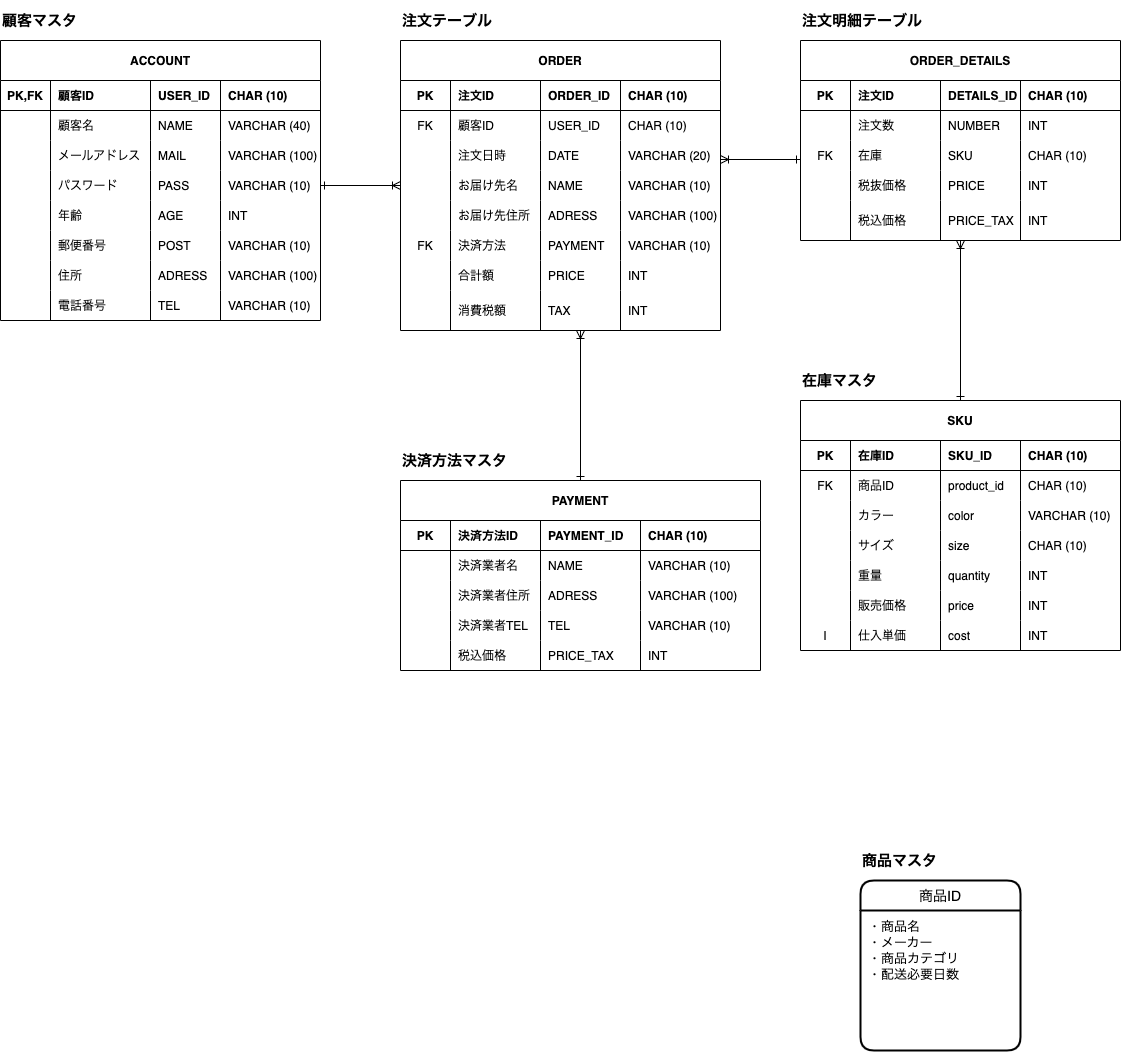
Earlier version of the draw.io export portfolio.drawio.png (june1983/java). Source tidied: cells renumbered, new cells last; positions are measured from the earlier drawing's top-left corner, leaving out a move shared by most shapes.
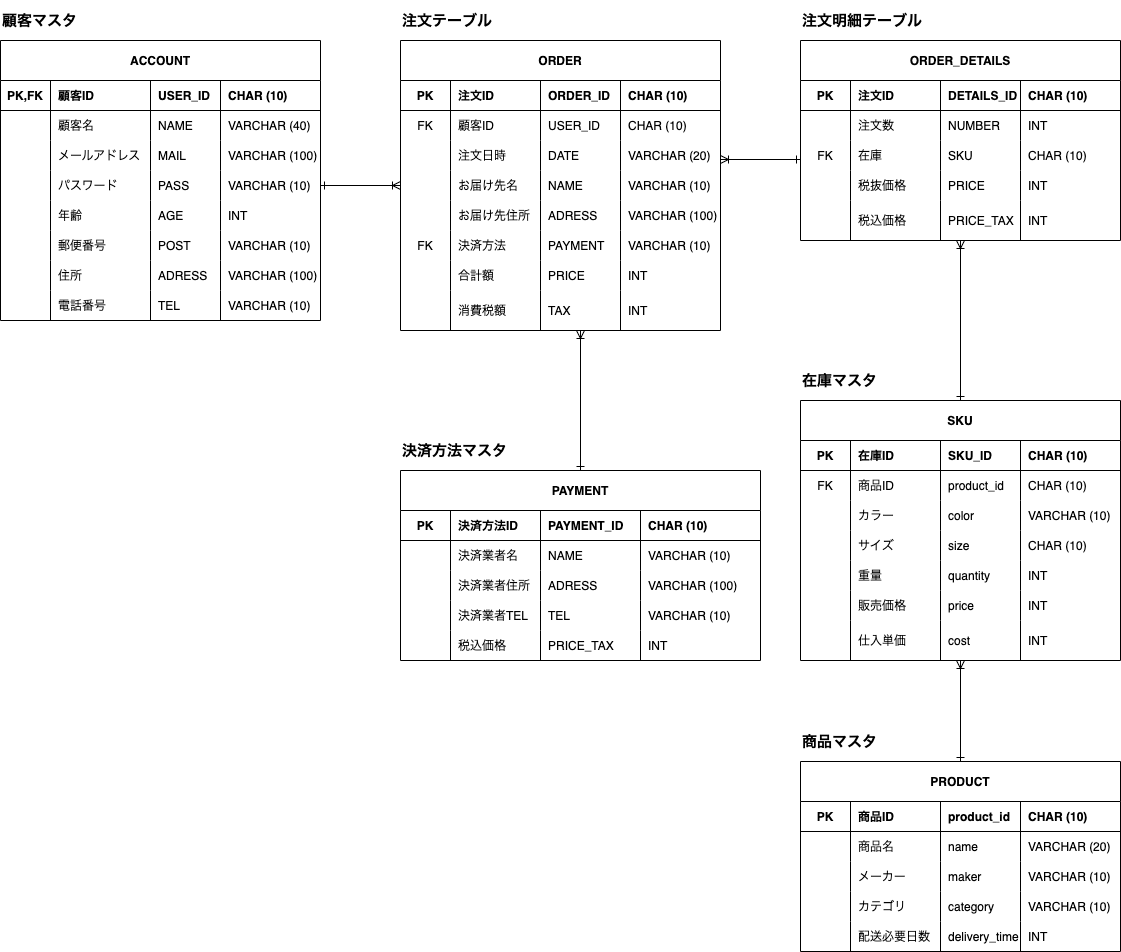
The same file after the commit.

Commit message:
portfolio.drawio.png を更新します

The edit, as a diff of the source:
```diff
@@ -5,15 +5,6 @@
     <mxCell id="2" value="&lt;font style=&quot;font-size: 15px;&quot;&gt;顧客マスタ&lt;/font&gt;" style="text;strokeColor=none;fillColor=none;html=1;fontSize=15;fontStyle=1;verticalAlign=middle;align=left;" parent="1" vertex="1">
       <mxGeometry width="80" height="40" as="geometry" />
     </mxCell>
-    <mxCell id="3" value="&lt;span style=&quot;font-size: 15px;&quot;&gt;商品マスタ&lt;/span&gt;" style="text;strokeColor=none;fillColor=none;html=1;fontSize=15;fontStyle=1;verticalAlign=middle;align=left;" parent="1" vertex="1">
-      <mxGeometry x="860" y="840" width="160" height="40" as="geometry" />
-    </mxCell>
-    <mxCell id="4" value="商品ID" style="swimlane;horizontal=1;startSize=30;rounded=1;fontSize=14;fontStyle=0;strokeWidth=2;shadow=0;dashed=0;align=center;" parent="1" vertex="1">
-      <mxGeometry x="860" y="880" width="160" height="170" as="geometry" />
-    </mxCell>
-    <mxCell id="5" value="・商品名&#10;・メーカー&#10;・商品カテゴリ&#10;・配送必要日数&#10;" style="align=left;strokeColor=none;fillColor=none;spacingLeft=4;fontSize=13;verticalAlign=top;spacing=4;" parent="4" vertex="1">
-      <mxGeometry y="30" width="160" height="140" as="geometry" />
-    </mxCell>
     <mxCell id="6" value="ACCOUNT" style="shape=table;startSize=40;rowLines=0;fontStyle=1;align=center;fontSize=12;" parent="1" vertex="1">
       <mxGeometry y="40" width="320" height="280" as="geometry" />
     </mxCell>
@@ -351,7 +342,7 @@
       </mxGeometry>
     </mxCell>
     <mxCell id="117" value="決済方法マスタ" style="text;strokeColor=none;fillColor=none;html=1;fontSize=15;fontStyle=1;verticalAlign=middle;align=left;" parent="1" vertex="1">
-      <mxGeometry x="400" y="440" width="120" height="40" as="geometry" />
+      <mxGeometry x="400" y="430" width="120" height="40" as="geometry" />
     </mxCell>
     <mxCell id="118" style="edgeStyle=orthogonalEdgeStyle;rounded=1;jettySize=auto;html=1;exitX=0.5;exitY=0;exitDx=0;exitDy=0;fontSize=12;startArrow=ERone;startFill=0;endArrow=ERoneToMany;endFill=0;strokeColor=default;" parent="1" edge="1" source="119">
       <mxGeometry relative="1" as="geometry">
@@ -359,7 +350,7 @@
       </mxGeometry>
     </mxCell>
     <mxCell id="119" value="PAYMENT" style="shape=table;startSize=40;rowLines=0;fontStyle=1;align=center;fontSize=12;" parent="1" vertex="1">
-      <mxGeometry x="400" y="480" width="360" height="190" as="geometry" />
+      <mxGeometry x="400" y="470" width="360" height="190" as="geometry" />
     </mxCell>
     <mxCell id="120" style="shape=partialRectangle;fillColor=none;top=0;left=0;bottom=1;right=0;fontSize=13;" parent="119" vertex="1">
       <mxGeometry y="40" width="360" height="30" as="geometry" />
@@ -448,7 +439,7 @@
       </mxGeometry>
     </mxCell>
     <mxCell id="148" value="SKU" style="shape=table;startSize=40;rowLines=0;fontStyle=1;align=center;fontSize=12;" parent="1" vertex="1">
-      <mxGeometry x="800" y="400" width="320" height="250" as="geometry" />
+      <mxGeometry x="800" y="400" width="320" height="260" as="geometry" />
     </mxCell>
     <mxCell id="149" style="shape=partialRectangle;fillColor=none;top=0;left=0;bottom=1;right=0;fontSize=13;" parent="148" vertex="1">
       <mxGeometry y="40" width="320" height="30" as="geometry" />
@@ -541,19 +532,105 @@
       <mxGeometry x="220" width="100" height="30" as="geometry" />
     </mxCell>
     <mxCell id="179" style="shape=partialRectangle;fillColor=none;top=0;left=0;bottom=0;right=0;fontSize=15;" parent="148" vertex="1">
-      <mxGeometry y="220" width="320" height="30" as="geometry" />
+      <mxGeometry y="220" width="320" height="40" as="geometry" />
     </mxCell>
-    <mxCell id="180" value="I" style="shape=partialRectangle;fillColor=none;top=0;left=0;bottom=0;right=0;overflow=hidden;fontSize=12;" parent="179" vertex="1">
-      <mxGeometry width="50" height="30" as="geometry" />
+    <mxCell id="180" style="shape=partialRectangle;fillColor=none;top=0;left=0;bottom=0;right=0;overflow=hidden;fontSize=12;" parent="179" vertex="1">
+      <mxGeometry width="50" height="40" as="geometry" />
     </mxCell>
     <mxCell id="181" value="仕入単価" style="shape=partialRectangle;fillColor=none;top=0;left=0;bottom=0;right=0;align=left;spacingLeft=6;overflow=hidden;fontSize=12;" parent="179" vertex="1">
-      <mxGeometry x="50" width="90" height="30" as="geometry" />
+      <mxGeometry x="50" width="90" height="40" as="geometry" />
     </mxCell>
     <mxCell id="182" value="cost" style="shape=partialRectangle;fillColor=none;top=0;left=0;bottom=0;right=0;align=left;spacingLeft=6;overflow=hidden;fontSize=12;" parent="179" vertex="1">
-      <mxGeometry x="140" width="80" height="30" as="geometry" />
+      <mxGeometry x="140" width="80" height="40" as="geometry" />
     </mxCell>
     <mxCell id="183" value="INT" style="shape=partialRectangle;fillColor=none;top=0;left=0;bottom=0;right=0;align=left;spacingLeft=6;overflow=hidden;fontSize=12;" parent="179" vertex="1">
-      <mxGeometry x="220" width="100" height="30" as="geometry" />
+      <mxGeometry x="220" width="100" height="40" as="geometry" />
     </mxCell>
+    <mxCell id="3" value="商品マスタ" style="text;strokeColor=none;fillColor=none;html=1;fontSize=15;fontStyle=1;verticalAlign=middle;align=left;" parent="1" vertex="1">
+      <mxGeometry x="800" y="721" width="80" height="40" as="geometry" />
+    </mxCell>
+    <mxCell id="184" style="edgeStyle=orthogonalEdgeStyle;rounded=1;jettySize=auto;html=1;exitX=0.5;exitY=0;exitDx=0;exitDy=0;fontSize=12;startArrow=ERone;startFill=0;endArrow=ERoneToMany;endFill=0;strokeColor=default;" parent="1" edge="1" source="185">
+      <mxGeometry relative="1" as="geometry">
+        <mxPoint x="960" y="660" as="targetPoint" />
+      </mxGeometry>
+    </mxCell>
+    <mxCell id="185" value="PRODUCT" style="shape=table;startSize=40;rowLines=0;fontStyle=1;align=center;fontSize=12;" parent="1" vertex="1">
+      <mxGeometry x="800" y="761" width="320" height="190" as="geometry" />
+    </mxCell>
+    <mxCell id="186" style="shape=partialRectangle;fillColor=none;top=0;left=0;bottom=1;right=0;fontSize=13;" parent="185" vertex="1">
+      <mxGeometry y="40" width="320" height="30" as="geometry" />
+    </mxCell>
+    <mxCell id="187" value="PK" style="shape=partialRectangle;fillColor=none;top=0;left=0;bottom=0;right=0;fontStyle=1;overflow=hidden;fontSize=12;" parent="186" vertex="1">
+      <mxGeometry width="50" height="30" as="geometry" />
+    </mxCell>
+    <mxCell id="4" value="商品ID" style="shape=partialRectangle;fillColor=none;top=0;left=0;bottom=0;right=0;align=left;spacingLeft=6;fontStyle=1;overflow=hidden;fontSize=12;" parent="186" vertex="1">
+      <mxGeometry x="50" width="90" height="30" as="geometry" />
+    </mxCell>
+    <mxCell id="188" value="product_id" style="shape=partialRectangle;fillColor=none;top=0;left=0;bottom=0;right=0;align=left;spacingLeft=6;fontStyle=1;overflow=hidden;fontSize=12;" parent="186" vertex="1">
+      <mxGeometry x="140" width="80" height="30" as="geometry" />
+    </mxCell>
+    <mxCell id="189" value="CHAR (10)" style="shape=partialRectangle;fillColor=none;top=0;left=0;bottom=0;right=0;align=left;spacingLeft=6;fontStyle=1;overflow=hidden;fontSize=12;" parent="186" vertex="1">
+      <mxGeometry x="220" width="100" height="30" as="geometry" />
+    </mxCell>
+    <mxCell id="190" style="shape=partialRectangle;fillColor=none;top=0;left=0;bottom=0;right=0;fontSize=15;" parent="185" vertex="1">
+      <mxGeometry y="70" width="320" height="30" as="geometry" />
+    </mxCell>
+    <mxCell id="191" style="shape=partialRectangle;fillColor=none;top=0;left=0;bottom=0;right=0;overflow=hidden;fontSize=12;" parent="190" vertex="1">
+      <mxGeometry width="50" height="30" as="geometry" />
+    </mxCell>
+    <mxCell id="192" value="商品名" style="shape=partialRectangle;fillColor=none;top=0;left=0;bottom=0;right=0;align=left;spacingLeft=6;overflow=hidden;fontSize=12;" parent="190" vertex="1">
+      <mxGeometry x="50" width="90" height="30" as="geometry" />
+    </mxCell>
+    <mxCell id="193" value="name" style="shape=partialRectangle;fillColor=none;top=0;left=0;bottom=0;right=0;align=left;spacingLeft=6;overflow=hidden;fontSize=12;" parent="190" vertex="1">
+      <mxGeometry x="140" width="80" height="30" as="geometry" />
+    </mxCell>
+    <mxCell id="194" value="VARCHAR (20)" style="shape=partialRectangle;fillColor=none;top=0;left=0;bottom=0;right=0;align=left;spacingLeft=6;overflow=hidden;fontSize=12;" parent="190" vertex="1">
+      <mxGeometry x="220" width="100" height="30" as="geometry" />
+    </mxCell>
+    <mxCell id="195" style="shape=partialRectangle;fillColor=none;top=0;left=0;bottom=0;right=0;fontSize=15;" parent="185" vertex="1">
+      <mxGeometry y="100" width="320" height="30" as="geometry" />
+    </mxCell>
+    <mxCell id="196" style="shape=partialRectangle;fillColor=none;top=0;left=0;bottom=0;right=0;overflow=hidden;fontSize=12;" parent="195" vertex="1">
+      <mxGeometry width="50" height="30" as="geometry" />
+    </mxCell>
+    <mxCell id="197" value="メーカー" style="shape=partialRectangle;fillColor=none;top=0;left=0;bottom=0;right=0;align=left;spacingLeft=6;overflow=hidden;fontSize=12;" parent="195" vertex="1">
+      <mxGeometry x="50" width="90" height="30" as="geometry" />
+    </mxCell>
+    <mxCell id="198" value="maker" style="shape=partialRectangle;fillColor=none;top=0;left=0;bottom=0;right=0;align=left;spacingLeft=6;overflow=hidden;fontSize=12;" parent="195" vertex="1">
+      <mxGeometry x="140" width="80" height="30" as="geometry" />
+    </mxCell>
+    <mxCell id="199" value="VARCHAR (10)" style="shape=partialRectangle;fillColor=none;top=0;left=0;bottom=0;right=0;align=left;spacingLeft=6;overflow=hidden;fontSize=12;" parent="195" vertex="1">
+      <mxGeometry x="220" width="100" height="30" as="geometry" />
+    </mxCell>
+    <mxCell id="200" style="shape=partialRectangle;fillColor=none;top=0;left=0;bottom=0;right=0;fontSize=15;" parent="185" vertex="1">
+      <mxGeometry y="130" width="320" height="30" as="geometry" />
+    </mxCell>
+    <mxCell id="201" style="shape=partialRectangle;fillColor=none;top=0;left=0;bottom=0;right=0;overflow=hidden;fontSize=12;" parent="200" vertex="1">
+      <mxGeometry width="50" height="30" as="geometry" />
+    </mxCell>
+    <mxCell id="202" value="カテゴリ" style="shape=partialRectangle;fillColor=none;top=0;left=0;bottom=0;right=0;align=left;spacingLeft=6;overflow=hidden;fontSize=12;" parent="200" vertex="1">
+      <mxGeometry x="50" width="90" height="30" as="geometry" />
+    </mxCell>
+    <mxCell id="203" value="category" style="shape=partialRectangle;fillColor=none;top=0;left=0;bottom=0;right=0;align=left;spacingLeft=6;overflow=hidden;fontSize=12;" parent="200" vertex="1">
+      <mxGeometry x="140" width="80" height="30" as="geometry" />
+    </mxCell>
+    <mxCell id="204" value="VARCHAR (10)" style="shape=partialRectangle;fillColor=none;top=0;left=0;bottom=0;right=0;align=left;spacingLeft=6;overflow=hidden;fontSize=12;" parent="200" vertex="1">
+      <mxGeometry x="220" width="100" height="30" as="geometry" />
+    </mxCell>
+    <mxCell id="205" style="shape=partialRectangle;fillColor=none;top=0;left=0;bottom=0;right=0;fontSize=15;" parent="185" vertex="1">
+      <mxGeometry y="160" width="320" height="30" as="geometry" />
+    </mxCell>
+    <mxCell id="206" style="shape=partialRectangle;fillColor=none;top=0;left=0;bottom=0;right=0;overflow=hidden;fontSize=12;" parent="205" vertex="1">
+      <mxGeometry width="50" height="30" as="geometry" />
+    </mxCell>
+    <mxCell id="207" value="配送必要日数" style="shape=partialRectangle;fillColor=none;top=0;left=0;bottom=0;right=0;align=left;spacingLeft=6;overflow=hidden;fontSize=12;" parent="205" vertex="1">
+      <mxGeometry x="50" width="90" height="30" as="geometry" />
+    </mxCell>
+    <mxCell id="208" value="delivery_time" style="shape=partialRectangle;fillColor=none;top=0;left=0;bottom=0;right=0;align=left;spacingLeft=6;overflow=hidden;fontSize=12;" parent="205" vertex="1">
+      <mxGeometry x="140" width="80" height="30" as="geometry" />
+    </mxCell>
+    <mxCell id="209" value="INT" style="shape=partialRectangle;fillColor=none;top=0;left=0;bottom=0;right=0;align=left;spacingLeft=6;overflow=hidden;fontSize=12;" parent="205" vertex="1">
+      <mxGeometry x="220" width="100" height="30" as="geometry" />
+    </mxCell>
   </root>
 </mxGraphModel>
```
